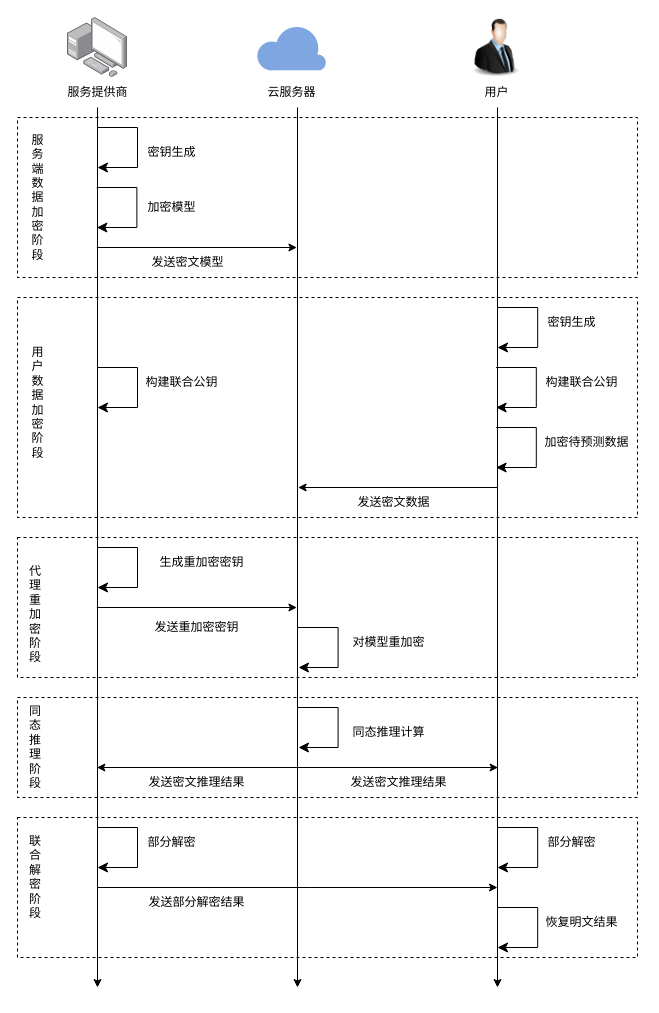
Earlier version of the draw.io diagram figures/方案流程图新.drawio (mokatto/drawio). Source tidied: cells renumbered, new cells numbered last; positions are measured from the earlier drawing's top-left corner, leaving out a move shared by most shapes. Both pictures are drawn from the tidied source at 100%, with x=0, y=0 at pixel (17, 17).
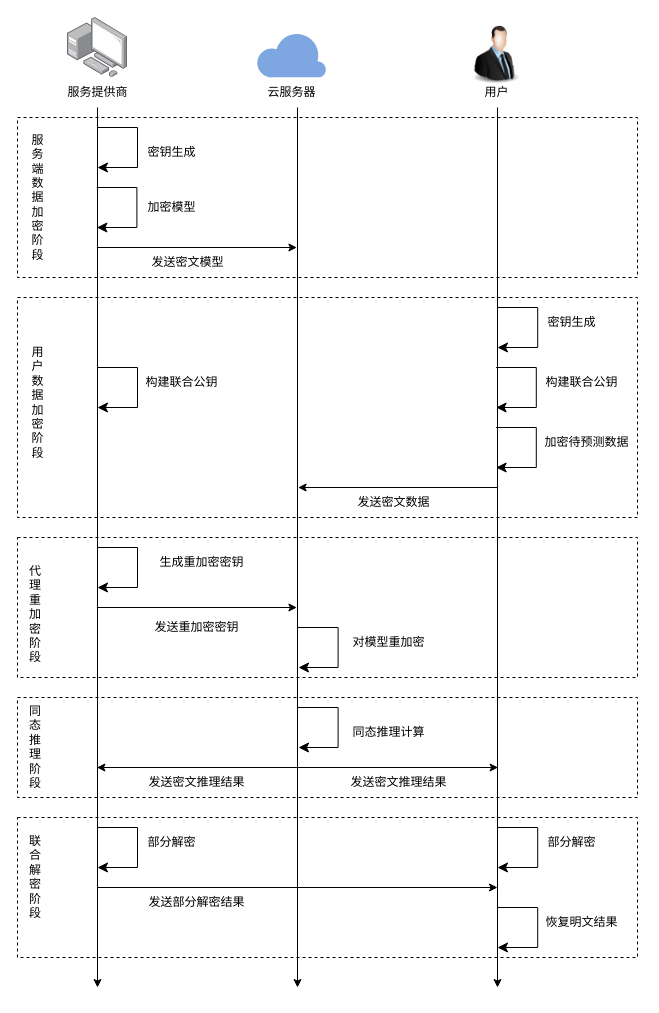
The same diagram, later.

Commit message (it also covers changes not shown here):
更新方案流程图新.drawio

Diff of the diagram source:
```diff
@@
     <mxCell id="7" style="image;html=1;image=img/lib/clip_art/people/Suit_Man_128x128.png;" parent="1" vertex="1">
-      <mxGeometry x="448.8" width="60" height="60" as="geometry" />
+      <mxGeometry x="448.8" y="7" width="60" height="60" as="geometry" />
     </mxCell>
@@
     <mxCell id="11" style="verticalLabelPosition=bottom;html=1;verticalAlign=top;align=center;strokeColor=none;fillColor=#7EA6E0;shape=mxgraph.azure.cloud;" parent="1" vertex="1">
-      <mxGeometry x="238.8" y="7" width="70" height="46" as="geometry" />
+      <mxGeometry x="238.8" y="14" width="70" height="46" as="geometry" />
     </mxCell>
@@
-    <mxCell id="48" style="endArrow=classic;html=1;rounded=0;" parent="1" edge="1">
+    <mxCell id="48" style="endArrow=classic;html=1;rounded=0;elbow=vertical;" parent="1" edge="1">
       <mxGeometry relative="1" as="geometry">
         <mxPoint x="80" y="870" as="sourcePoint" />
         <mxPoint x="480" y="870" as="targetPoint" />
-        <Array as="points">
-          <mxPoint x="294.4" y="870" />
-        </Array>
       </mxGeometry>
     </mxCell>
```
